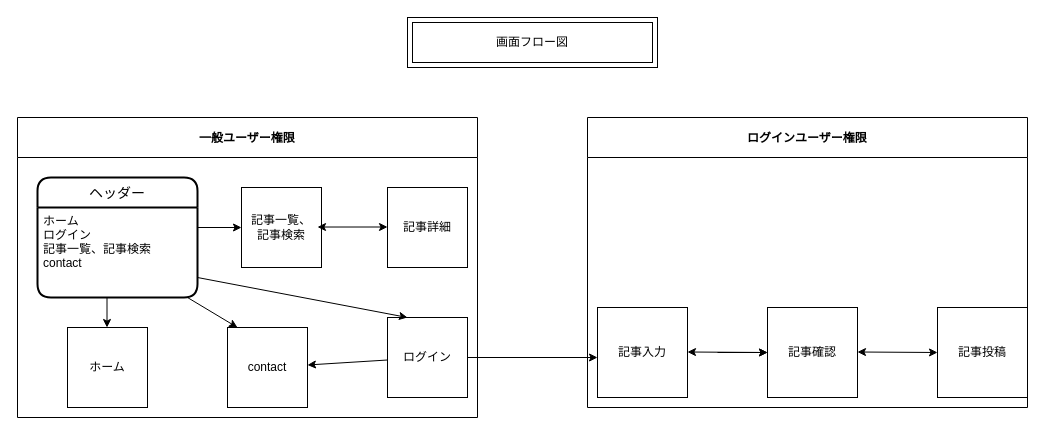
hirohana/technologypost-frontend keeps this draw.io diagram as flow.drawio. Above is the earlier version. Source tidied: cells renumbered, new cells numbered last; positions are measured from the earlier drawing's top-left corner, leaving out a move shared by most shapes. Both pictures are drawn from the tidied source at 100%, with x=0, y=0 at pixel (17, 17).
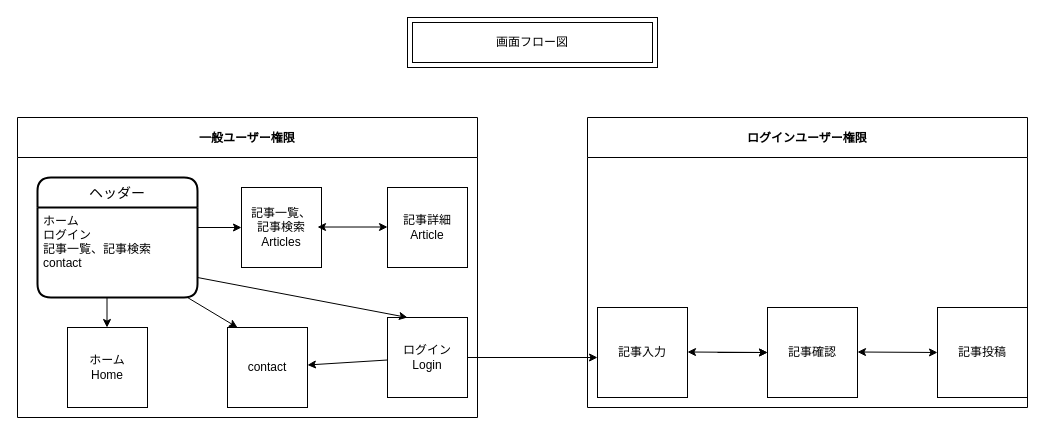
The same diagram, later.

The change refers to these unchanged cells:
```xml
<mxCell id="11" value="一般ユーザー権限" style="swimlane;startSize=40;" parent="1" vertex="1">
  <mxGeometry y="100" width="460" height="300" as="geometry" />
</mxCell>
```

The edit, as a diff of the source:
```diff
@@
-    <mxCell id="13" value="ログイン" style="whiteSpace=wrap;html=1;" parent="11" vertex="1">
+    <mxCell id="13" value="ログイン&lt;br&gt;Login" style="whiteSpace=wrap;html=1;" parent="11" vertex="1">
       <mxGeometry x="370" y="200" width="80" height="80" as="geometry" />
     </mxCell>
-    <mxCell id="14" value="ホーム" style="whiteSpace=wrap;html=1;" parent="11" vertex="1">
+    <mxCell id="14" value="ホーム&lt;br&gt;Home" style="whiteSpace=wrap;html=1;" parent="11" vertex="1">
       <mxGeometry x="50" y="210" width="80" height="80" as="geometry" />
     </mxCell>
@@
-    <mxCell id="16" value="記事一覧、&lt;br&gt;記事検索" style="whiteSpace=wrap;html=1;" parent="11" vertex="1">
+    <mxCell id="16" value="記事一覧、&lt;br&gt;記事検索&lt;br&gt;Articles" style="whiteSpace=wrap;html=1;" parent="11" vertex="1">
       <mxGeometry x="224" y="70" width="80" height="80" as="geometry" />
     </mxCell>
-    <mxCell id="17" value="記事詳細" style="whiteSpace=wrap;html=1;" parent="11" vertex="1">
+    <mxCell id="17" value="記事詳細&lt;br&gt;Article" style="whiteSpace=wrap;html=1;" parent="11" vertex="1">
       <mxGeometry x="370" y="70" width="80" height="80" as="geometry" />
     </mxCell>
```
